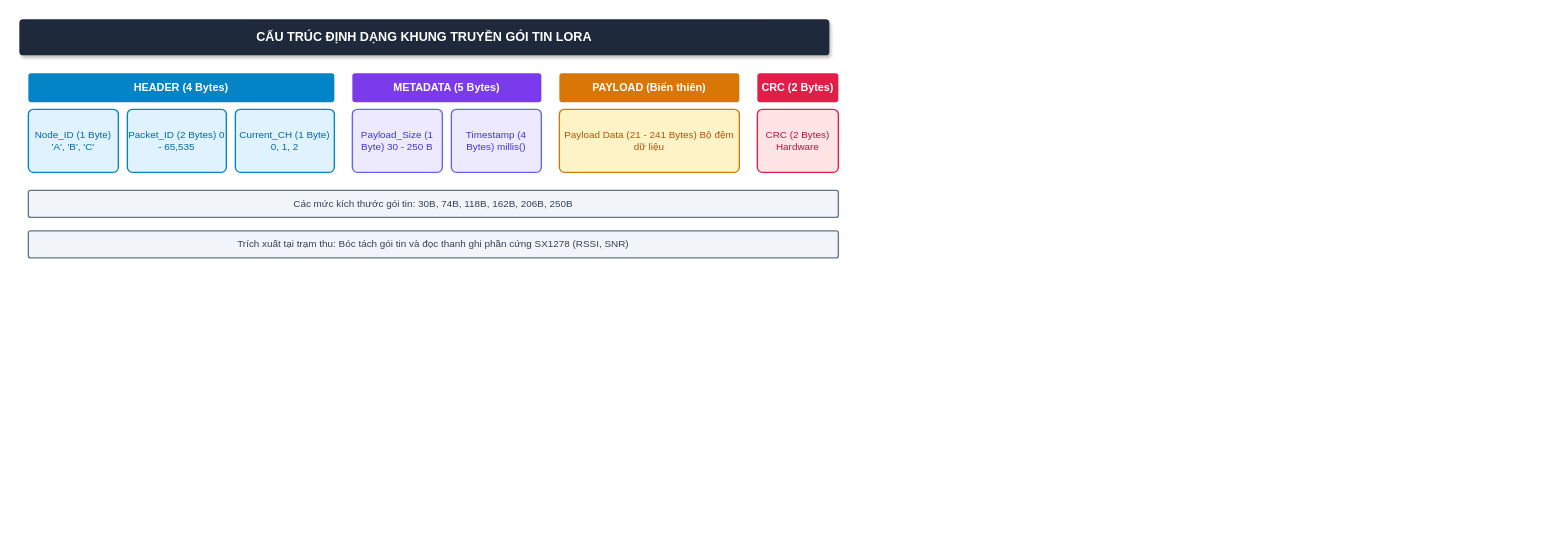
Above: docs/figs/07_dinh_dang_khung_truyen_goi_tin.drawio in Brauuwu/LoRa_TinyML_Hopping (draw.io), before the change. Source tidied: cells renumbered, new cells numbered last; positions are measured from the earlier drawing's top-left corner, leaving out a move shared by most shapes. Both pictures are drawn from the tidied source at 90%, with x=0, y=0 at pixel (19, 19).
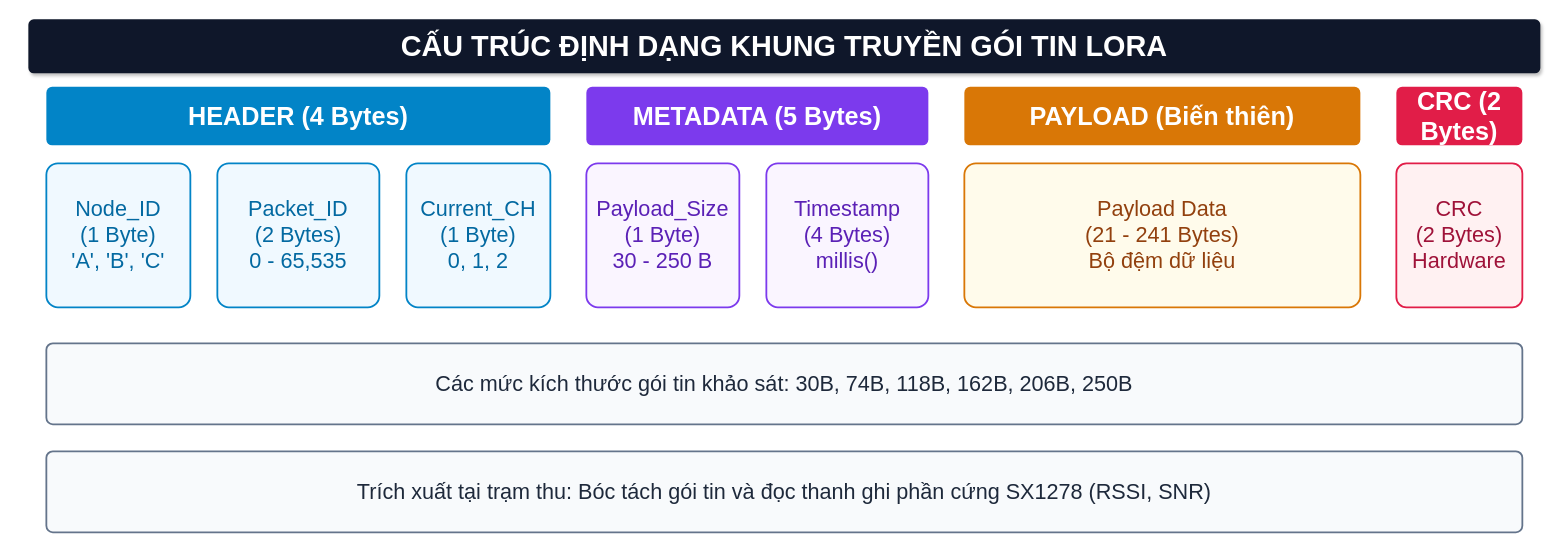
The same page after the edit.

The edit, as a diff of the source:
```diff
@@
 <mxGraphModel background="#ffffff">
   <root>
     <mxCell id="0" />
     <mxCell id="1" parent="0" />
-    <mxCell id="2" value="CẤU TRÚC ĐỊNH DẠNG KHUNG TRUYỀN GÓI TIN LORA" style="rounded=1;whiteSpace=wrap;html=1;fillColor=#1e293b;strokeColor=none;fontColor=#ffffff;fontStyle=1;fontSize=14;shadow=1;arcSize=10;" parent="1" vertex="1">
-      <mxGeometry width="900" height="40" as="geometry" />
+    <mxCell id="2" value="CẤU TRÚC ĐỊNH DẠNG KHUNG TRUYỀN GÓI TIN LORA" style="rounded=1;whiteSpace=wrap;html=1;fillColor=#0f172a;strokeColor=none;fontColor=#ffffff;fontStyle=1;fontSize=32;shadow=1;arcSize=10;fontFamily=Helvetica;" parent="1" vertex="1">
+      <mxGeometry x="10" width="1680" height="60" as="geometry" />
     </mxCell>
-    <mxCell id="3" value="HEADER (4 Bytes)" style="rounded=1;whiteSpace=wrap;html=1;fillColor=#0284c7;strokeColor=none;fontColor=#ffffff;fontStyle=1;fontSize=12;arcSize=10;" parent="1" vertex="1">
-      <mxGeometry x="10" y="60" width="340" height="32" as="geometry" />
+    <mxCell id="3" value="HEADER (4 Bytes)" style="rounded=1;whiteSpace=wrap;html=1;fillColor=#0284c7;strokeColor=none;fontColor=#ffffff;fontStyle=1;fontSize=28;arcSize=10;fontFamily=Helvetica;" parent="1" vertex="1">
+      <mxGeometry x="30" y="75" width="560" height="65" as="geometry" />
     </mxCell>
-    <mxCell id="4" value="METADATA (5 Bytes)" style="rounded=1;whiteSpace=wrap;html=1;fillColor=#7c3aed;strokeColor=none;fontColor=#ffffff;fontStyle=1;fontSize=12;arcSize=10;" parent="1" vertex="1">
-      <mxGeometry x="370" y="60" width="210" height="32" as="geometry" />
+    <mxCell id="4" value="METADATA (5 Bytes)" style="rounded=1;whiteSpace=wrap;html=1;fillColor=#7c3aed;strokeColor=none;fontColor=#ffffff;fontStyle=1;fontSize=28;arcSize=10;fontFamily=Helvetica;" parent="1" vertex="1">
+      <mxGeometry x="630" y="75" width="380" height="65" as="geometry" />
     </mxCell>
-    <mxCell id="5" value="PAYLOAD (Biến thiên)" style="rounded=1;whiteSpace=wrap;html=1;fillColor=#d97706;strokeColor=none;fontColor=#ffffff;fontStyle=1;fontSize=12;arcSize=10;" parent="1" vertex="1">
-      <mxGeometry x="600" y="60" width="200" height="32" as="geometry" />
+    <mxCell id="5" value="PAYLOAD (Biến thiên)" style="rounded=1;whiteSpace=wrap;html=1;fillColor=#d97706;strokeColor=none;fontColor=#ffffff;fontStyle=1;fontSize=28;arcSize=10;fontFamily=Helvetica;" parent="1" vertex="1">
+      <mxGeometry x="1050" y="75" width="440" height="65" as="geometry" />
     </mxCell>
-    <mxCell id="6" value="CRC (2 Bytes)" style="rounded=1;whiteSpace=wrap;html=1;fillColor=#e11d48;strokeColor=none;fontColor=#ffffff;fontStyle=1;fontSize=12;arcSize=10;" parent="1" vertex="1">
-      <mxGeometry x="820" y="60" width="90" height="32" as="geometry" />
+    <mxCell id="6" value="CRC (2 Bytes)" style="rounded=1;whiteSpace=wrap;html=1;fillColor=#e11d48;strokeColor=none;fontColor=#ffffff;fontStyle=1;fontSize=28;arcSize=10;fontFamily=Helvetica;" parent="1" vertex="1">
+      <mxGeometry x="1530" y="75" width="140" height="65" as="geometry" />
     </mxCell>
-    <mxCell id="7" value="Node_ID (1 Byte) 'A', 'B', 'C'" style="rounded=1;whiteSpace=wrap;html=1;fillColor=#e0f2fe;strokeColor=#0284c7;strokeWidth=1.5;fontColor=#0369a1;fontSize=11;arcSize=8;" parent="1" vertex="1">
-      <mxGeometry x="10" y="100" width="100" height="70" as="geometry" />
+    <mxCell id="7" value="Node_ID&#10;(1 Byte)&#10;'A', 'B', 'C'" style="rounded=1;whiteSpace=wrap;html=1;fillColor=#f0f9ff;strokeColor=#0284c7;strokeWidth=2;fontColor=#0369a1;fontSize=24;arcSize=8;fontFamily=Helvetica;" parent="1" vertex="1">
+      <mxGeometry x="30" y="160" width="160" height="160" as="geometry" />
     </mxCell>
-    <mxCell id="8" value="Packet_ID (2 Bytes) 0 - 65,535" style="rounded=1;whiteSpace=wrap;html=1;fillColor=#e0f2fe;strokeColor=#0284c7;strokeWidth=1.5;fontColor=#0369a1;fontSize=11;arcSize=8;" parent="1" vertex="1">
-      <mxGeometry x="120" y="100" width="110" height="70" as="geometry" />
+    <mxCell id="8" value="Packet_ID&#10;(2 Bytes)&#10;0 - 65,535" style="rounded=1;whiteSpace=wrap;html=1;fillColor=#f0f9ff;strokeColor=#0284c7;strokeWidth=2;fontColor=#0369a1;fontSize=24;arcSize=8;fontFamily=Helvetica;" parent="1" vertex="1">
+      <mxGeometry x="220" y="160" width="180" height="160" as="geometry" />
     </mxCell>
-    <mxCell id="9" value="Current_CH (1 Byte) 0, 1, 2" style="rounded=1;whiteSpace=wrap;html=1;fillColor=#e0f2fe;strokeColor=#0284c7;strokeWidth=1.5;fontColor=#0369a1;fontSize=11;arcSize=8;" parent="1" vertex="1">
-      <mxGeometry x="240" y="100" width="110" height="70" as="geometry" />
+    <mxCell id="9" value="Current_CH&#10;(1 Byte)&#10;0, 1, 2" style="rounded=1;whiteSpace=wrap;html=1;fillColor=#f0f9ff;strokeColor=#0284c7;strokeWidth=2;fontColor=#0369a1;fontSize=24;arcSize=8;fontFamily=Helvetica;" parent="1" vertex="1">
+      <mxGeometry x="430" y="160" width="160" height="160" as="geometry" />
     </mxCell>
-    <mxCell id="10" value="Payload_Size (1 Byte) 30 - 250 B" style="rounded=1;whiteSpace=wrap;html=1;fillColor=#ede9fe;strokeColor=#6366f1;strokeWidth=1.5;fontColor=#4338ca;fontSize=11;arcSize=8;" parent="1" vertex="1">
-      <mxGeometry x="370" y="100" width="100" height="70" as="geometry" />
+    <mxCell id="10" value="Payload_Size&#10;(1 Byte)&#10;30 - 250 B" style="rounded=1;whiteSpace=wrap;html=1;fillColor=#faf5ff;strokeColor=#7c3aed;strokeWidth=2;fontColor=#5b21b6;fontSize=24;arcSize=8;fontFamily=Helvetica;" parent="1" vertex="1">
+      <mxGeometry x="630" y="160" width="170" height="160" as="geometry" />
     </mxCell>
-    <mxCell id="11" value="Timestamp (4 Bytes) millis()" style="rounded=1;whiteSpace=wrap;html=1;fillColor=#ede9fe;strokeColor=#6366f1;strokeWidth=1.5;fontColor=#4338ca;fontSize=11;arcSize=8;" parent="1" vertex="1">
-      <mxGeometry x="480" y="100" width="100" height="70" as="geometry" />
+    <mxCell id="11" value="Timestamp&#10;(4 Bytes)&#10;millis()" style="rounded=1;whiteSpace=wrap;html=1;fillColor=#faf5ff;strokeColor=#7c3aed;strokeWidth=2;fontColor=#5b21b6;fontSize=24;arcSize=8;fontFamily=Helvetica;" parent="1" vertex="1">
+      <mxGeometry x="830" y="160" width="180" height="160" as="geometry" />
     </mxCell>
-    <mxCell id="12" value="Payload Data (21 - 241 Bytes) Bộ đệm dữ liệu" style="rounded=1;whiteSpace=wrap;html=1;fillColor=#fef3c7;strokeColor=#d97706;strokeWidth=1.5;fontColor=#b45309;fontSize=11;arcSize=8;" parent="1" vertex="1">
-      <mxGeometry x="600" y="100" width="200" height="70" as="geometry" />
+    <mxCell id="12" value="Payload Data&#10;(21 - 241 Bytes)&#10;Bộ đệm dữ liệu" style="rounded=1;whiteSpace=wrap;html=1;fillColor=#fffbeb;strokeColor=#d97706;strokeWidth=2;fontColor=#92400e;fontSize=24;arcSize=8;fontFamily=Helvetica;" parent="1" vertex="1">
+      <mxGeometry x="1050" y="160" width="440" height="160" as="geometry" />
     </mxCell>
-    <mxCell id="13" value="CRC (2 Bytes) Hardware" style="rounded=1;whiteSpace=wrap;html=1;fillColor=#ffe4e6;strokeColor=#e11d48;strokeWidth=1.5;fontColor=#be123c;fontSize=11;arcSize=8;" parent="1" vertex="1">
-      <mxGeometry x="820" y="100" width="90" height="70" as="geometry" />
+    <mxCell id="13" value="CRC&#10;(2 Bytes)&#10;Hardware" style="rounded=1;whiteSpace=wrap;html=1;fillColor=#fff1f2;strokeColor=#e11d48;strokeWidth=2;fontColor=#9f1239;fontSize=24;arcSize=8;fontFamily=Helvetica;" parent="1" vertex="1">
+      <mxGeometry x="1530" y="160" width="140" height="160" as="geometry" />
     </mxCell>
-    <mxCell id="14" value="Các mức kích thước gói tin: 30B, 74B, 118B, 162B, 206B, 250B" style="rounded=1;whiteSpace=wrap;html=1;fillColor=#f1f5f9;strokeColor=#64748b;strokeWidth=1.5;fontColor=#334155;fontSize=11;arcSize=8;" parent="1" vertex="1">
-      <mxGeometry x="10" y="190" width="900" height="30" as="geometry" />
+    <mxCell id="14" value="Các mức kích thước gói tin khảo sát: 30B, 74B, 118B, 162B, 206B, 250B" style="rounded=1;whiteSpace=wrap;html=1;fillColor=#f8fafc;strokeColor=#64748b;strokeWidth=2;fontColor=#1e293b;fontSize=24;arcSize=8;fontFamily=Helvetica;" parent="1" vertex="1">
+      <mxGeometry x="30" y="360" width="1640" height="90" as="geometry" />
     </mxCell>
-    <mxCell id="15" value="Trích xuất tại trạm thu: Bóc tách gói tin và đọc thanh ghi phần cứng SX1278 (RSSI, SNR)" style="rounded=1;whiteSpace=wrap;html=1;fillColor=#f1f5f9;strokeColor=#64748b;strokeWidth=1.5;fontColor=#334155;fontSize=11;arcSize=8;" parent="1" vertex="1">
-      <mxGeometry x="10" y="235" width="900" height="30" as="geometry" />
+    <mxCell id="15" value="Trích xuất tại trạm thu: Bóc tách gói tin và đọc thanh ghi phần cứng SX1278 (RSSI, SNR)" style="rounded=1;whiteSpace=wrap;html=1;fillColor=#f8fafc;strokeColor=#64748b;strokeWidth=2;fontColor=#1e293b;fontSize=24;arcSize=8;fontFamily=Helvetica;" parent="1" vertex="1">
+      <mxGeometry x="30" y="480" width="1640" height="90" as="geometry" />
     </mxCell>
   </root>
 </mxGraphModel>
```
